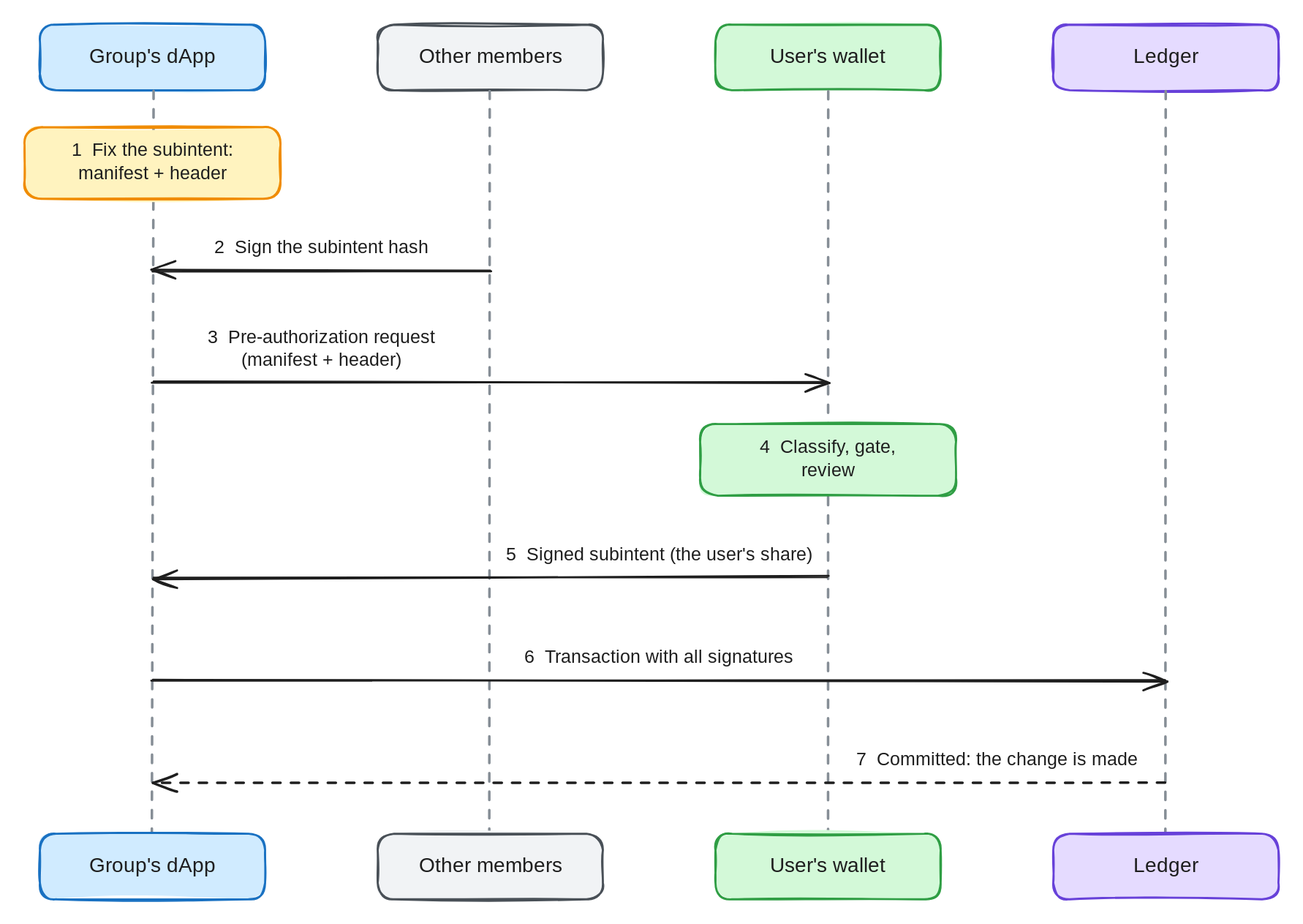
Above: docs/shared-control-pre-authorization/flow.svg in radixdlt/sargon (Excalidraw), before the change. Source tidied: one line per element, renumbered; positions are measured from the earlier drawing's top-left corner, leaving out a move shared by most shapes.
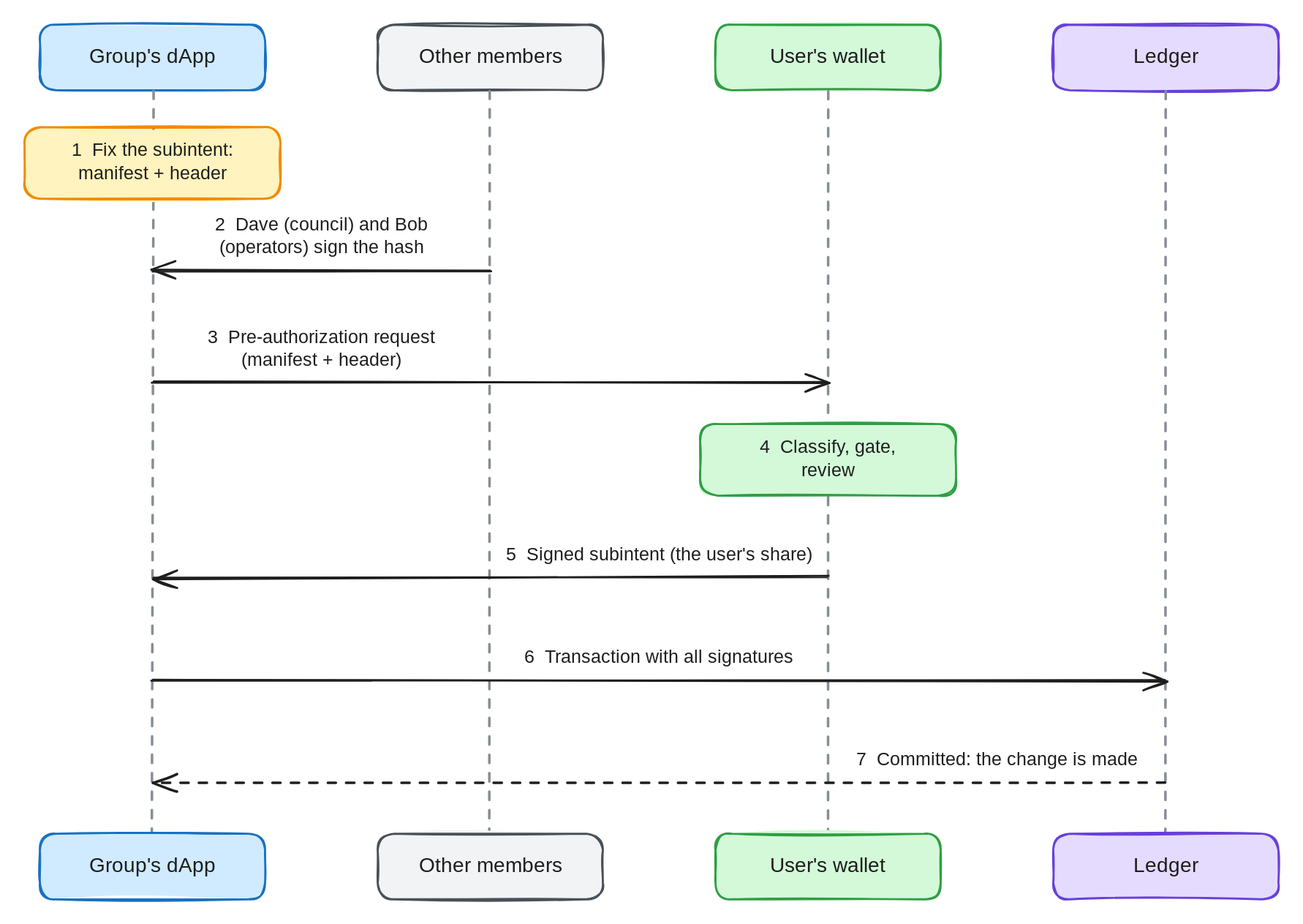
After the change.

The edit, as a diff of the source:
```diff
@@ -21,7 +21,7 @@
 {"id": 20, "type": "rectangle", "strokeColor": "#f08c00", "backgroundColor": "#fff3bf", "fillStyle": "solid", "strokeWidth": 2, "roughness": 1, "round": true, "x": 0, "y": 100, "width": 250, "height": 70}
 {"id": 21, "type": "text", "text": "1  Fix the subintent:\nmanifest + header", "strokeColor": "#1e1e1e", "strokeWidth": 2, "roughness": 1, "fontSize": 18, "fontFamily": 5, "textAlign": "center", "verticalAlign": "middle", "inside": 20, "x": 35, "y": 112, "width": 181, "height": 45}
 {"id": 22, "type": "arrow", "strokeColor": "#1e1e1e", "strokeWidth": 2, "roughness": 1, "endArrowhead": "arrow", "round": true, "x": 455, "y": 240, "width": 330, "height": 0, "points": [[0, 0], [-330, 0]]}
-{"id": 23, "type": "text", "text": "2  Sign the subintent hash", "strokeColor": "#1e1e1e", "strokeWidth": 2, "roughness": 1, "fontSize": 18, "fontFamily": 5, "textAlign": "center", "x": 172, "y": 208, "width": 237, "height": 22}
+{"id": 23, "type": "text", "text": "2  Dave (council) and Bob\n(operators) sign the hash", "strokeColor": "#1e1e1e", "strokeWidth": 2, "roughness": 1, "fontSize": 18, "fontFamily": 5, "textAlign": "center", "x": 175, "y": 185, "width": 229, "height": 45}
 {"id": 24, "type": "arrow", "strokeColor": "#1e1e1e", "strokeWidth": 2, "roughness": 1, "endArrowhead": "arrow", "round": true, "x": 125, "y": 350, "width": 660, "height": 0, "points": [[0, 0], [660, 0]]}
 {"id": 25, "type": "text", "text": "3  Pre-authorization request\n(manifest + header)", "strokeColor": "#1e1e1e", "strokeWidth": 2, "roughness": 1, "fontSize": 18, "fontFamily": 5, "textAlign": "center", "x": 163, "y": 295, "width": 254, "height": 45}
 {"id": 26, "type": "rectangle", "strokeColor": "#2f9e44", "backgroundColor": "#d3f9d8", "fillStyle": "solid", "strokeWidth": 2, "roughness": 1, "round": true, "x": 660, "y": 390, "width": 250, "height": 70}
```
